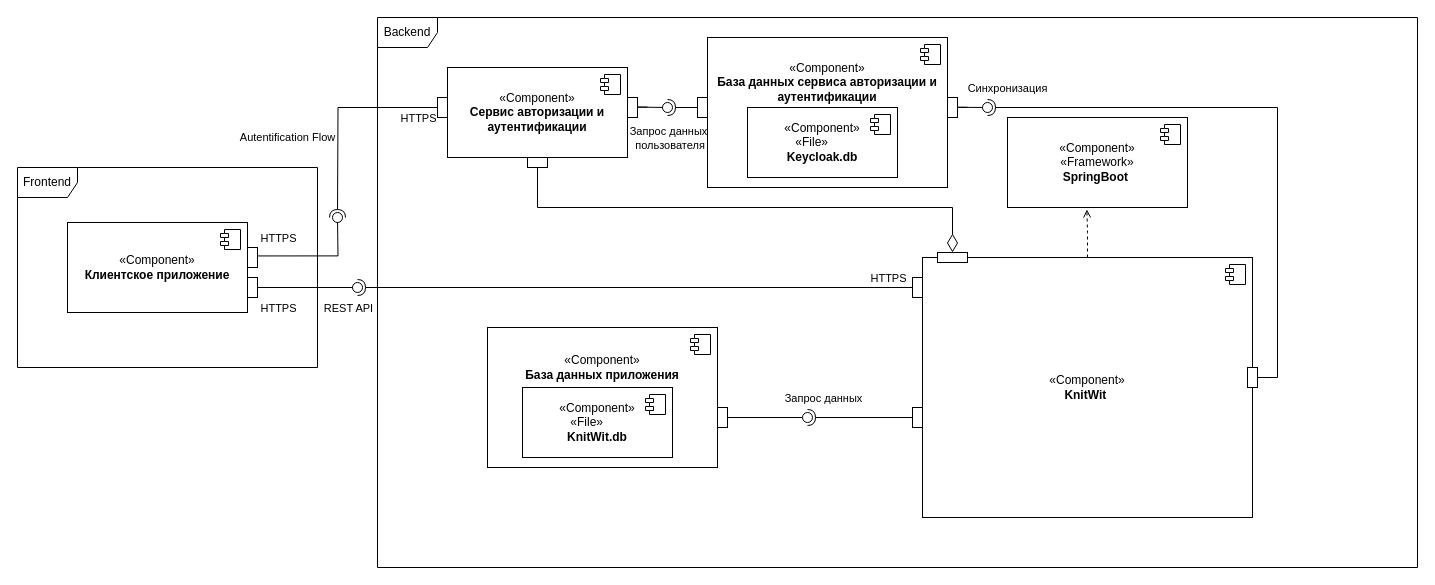
Earlier version of the draw.io diagram diagrams/Диаграмма компонентов (Сomponent diagram)/Диаграмма компонентов.drawio (sahland/9.5-Team). Source tidied: cells renumbered, new cells numbered last; positions are measured from the earlier drawing's top-left corner, leaving out a move shared by most shapes. Both pictures are drawn from the tidied source at 100%, with x=0, y=0 at pixel (17, 17).
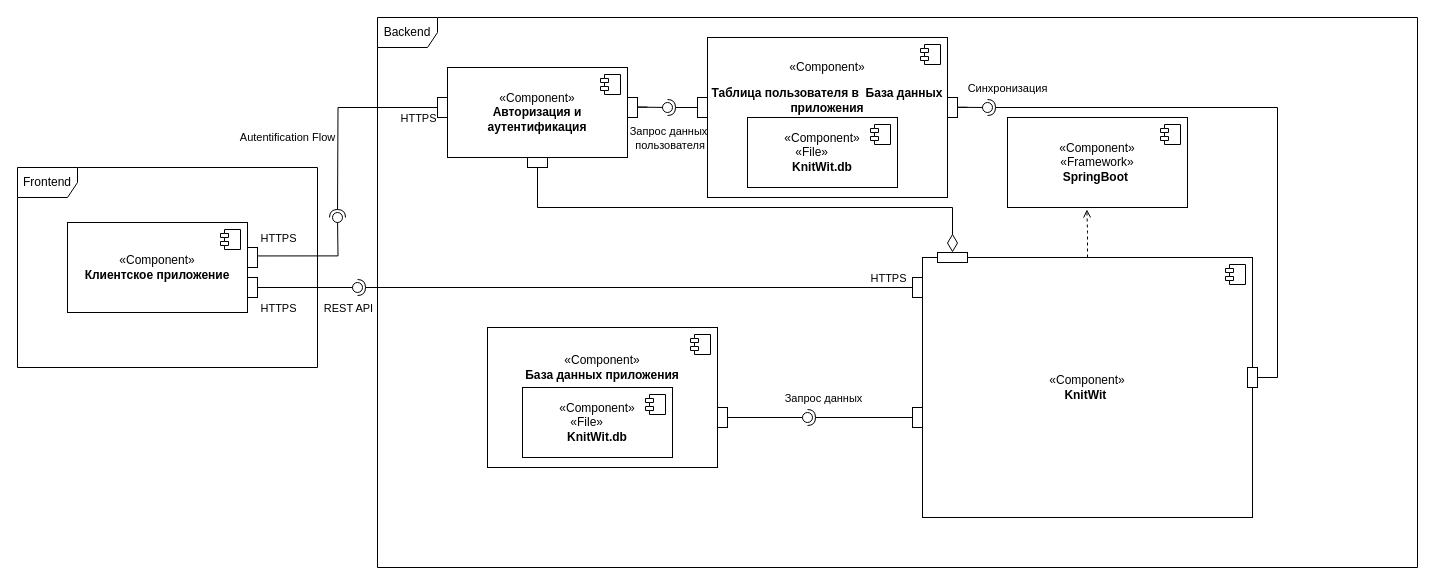
The same diagram, later.

Commit message (it also covers changes not shown here):
fix(knitwit-100): update diagrams

Change to the diagram source:
```diff
@@
-    <mxCell id="6" value="«Component»&lt;br&gt;&lt;b&gt;Сервис авторизации и аутентификации&lt;/b&gt;" style="html=1;whiteSpace=wrap;" parent="1" vertex="1">
+    <mxCell id="6" value="«Component»&lt;br&gt;&lt;b&gt;Авторизация и аутентификация&lt;/b&gt;" style="html=1;whiteSpace=wrap;" parent="1" vertex="1">
       <mxGeometry x="430" y="50" width="180" height="90" as="geometry" />
     </mxCell>
@@
-    <mxCell id="8" value="«Component»&lt;br&gt;&lt;b&gt;База данных сервиса авторизации и аутентификации&lt;/b&gt;" style="html=1;whiteSpace=wrap;glass=0;rounded=0;strokeOpacity=100;arcSize=12;fillOpacity=100;overflow=visible;labelPadding=0;imageAspect=1;absoluteArcSize=0;spacingTop=0;spacingBottom=60;" parent="1" vertex="1">
-      <mxGeometry x="690" y="20" width="240" height="150" as="geometry" />
+    <mxCell id="8" value="&lt;p style=&quot;line-height: 120%;&quot;&gt;«Component»&lt;br&gt;&lt;/p&gt;&lt;div style=&quot;&quot;&gt;&lt;b style=&quot;background-color: initial;&quot;&gt;Таблица пользователя&amp;nbsp;&lt;/b&gt;&lt;b style=&quot;background-color: initial;&quot;&gt;в&amp;nbsp; База данных приложения&lt;/b&gt;&lt;/div&gt;&lt;p&gt;&lt;/p&gt;" style="html=1;whiteSpace=wrap;glass=0;rounded=0;strokeOpacity=100;arcSize=12;fillOpacity=100;overflow=visible;labelPadding=0;imageAspect=1;absoluteArcSize=0;spacingTop=0;spacingBottom=60;align=center;" parent="1" vertex="1">
+      <mxGeometry x="690" y="20" width="240" height="160" as="geometry" />
     </mxCell>
@@
-    <mxCell id="10" value="«Component»&lt;br&gt;«File»&lt;span style=&quot;white-space: pre;&quot;&gt;&#9;&lt;/span&gt;&lt;br&gt;&lt;b&gt;Keycloak.db&lt;/b&gt;" style="html=1;whiteSpace=wrap;imageAspect=1;" parent="1" vertex="1">
-      <mxGeometry x="730" y="90" width="150" height="70" as="geometry" />
-    </mxCell>
-    <mxCell id="11" style="shape=module;jettyWidth=8;jettyHeight=4;" parent="10" vertex="1">
-      <mxGeometry x="1" width="20" height="20" relative="1" as="geometry">
-        <mxPoint x="-27" y="7" as="offset" />
-      </mxGeometry>
-    </mxCell>
@@
+    <mxCell id="57" value="«Component»&lt;br&gt;«File»&lt;span style=&quot;white-space: pre;&quot;&gt;&#9;&lt;/span&gt;&lt;br&gt;&lt;b&gt;KnitWit.db&lt;/b&gt;" style="html=1;whiteSpace=wrap;imageAspect=1;" parent="1" vertex="1">
+      <mxGeometry x="730" y="100" width="150" height="70" as="geometry" />
+    </mxCell>
+    <mxCell id="58" style="shape=module;jettyWidth=8;jettyHeight=4;" parent="57" vertex="1">
+      <mxGeometry x="1" width="20" height="20" relative="1" as="geometry">
+        <mxPoint x="-27" y="7" as="offset" />
+      </mxGeometry>
+    </mxCell>
```
